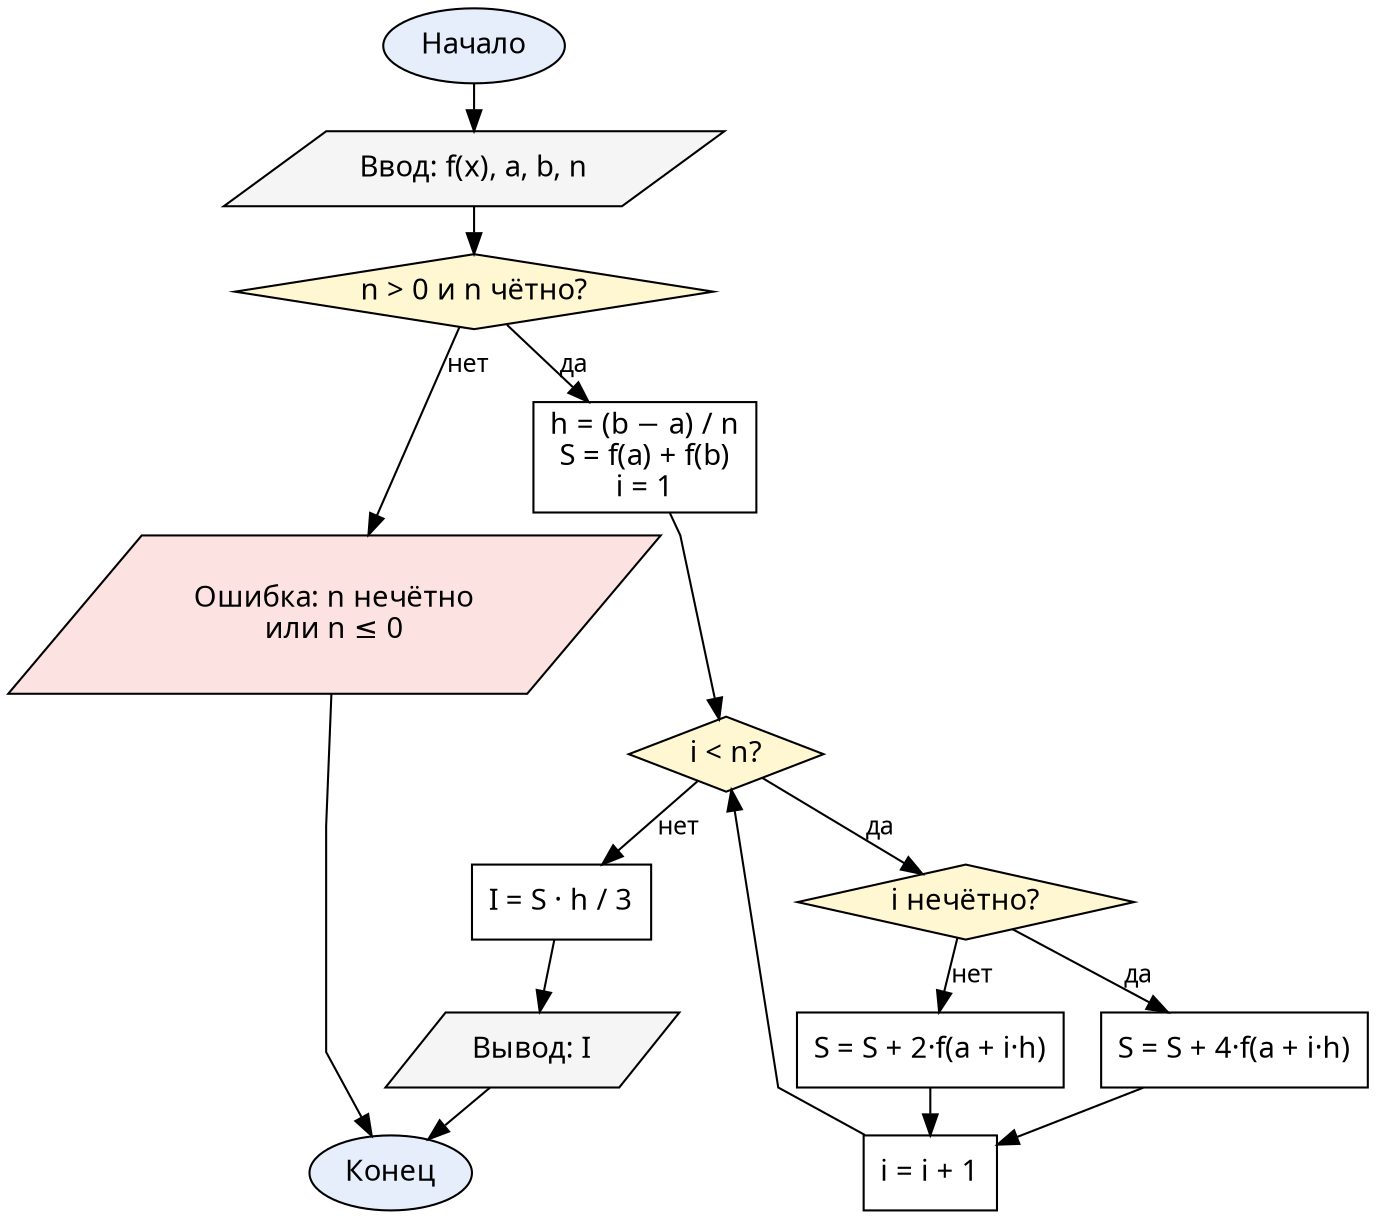
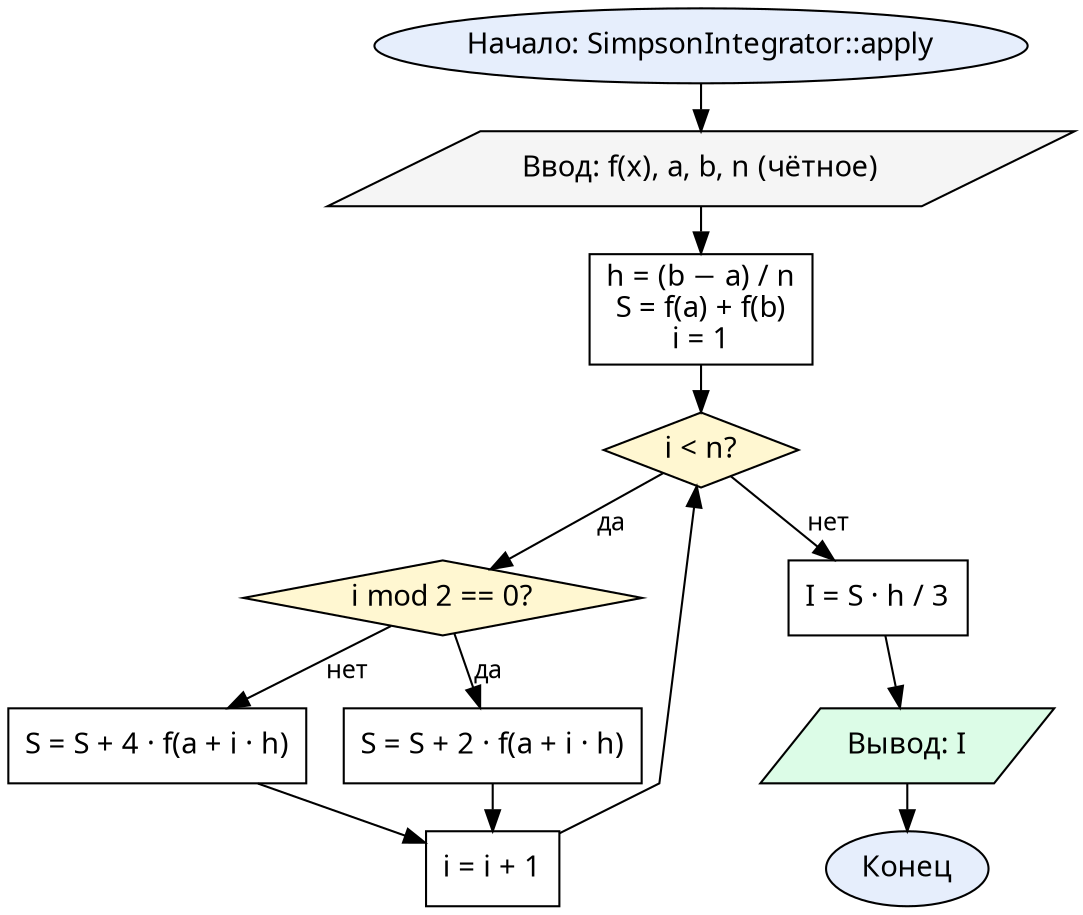
digraph Simpson {
  graph [fontname="CMU Serif", rankdir=TB, nodesep=0.25, ranksep=0.3, splines=polyline]
  node  [fontname="CMU Serif", fontsize=14, style="filled", fillcolor="#ffffff", color="#000000"]
  edge  [fontname="CMU Serif", fontsize=12, color="#000000"]

-   start [label="Начало", shape=oval, fillcolor="#e6eefc"]
-   input [label="Ввод: f(x), a, b, n", shape=parallelogram, fillcolor="#f5f5f5"]
-   chkEven [label=<n &gt; 0 и n чётно?>, shape=diamond, fillcolor="#fff7d1"]
-   err   [label="Ошибка: n нечётно\nили n ≤ 0", shape=parallelogram, fillcolor="#fde2e2"]
-   init  [label=<h = (b − a) / n<BR/>S = f(a) + f(b)<BR/>i = 1>, shape=box]
-   loop  [label=<i &lt; n?>, shape=diamond, fillcolor="#fff7d1"]
-   coef  [label=<i нечётно?>, shape=diamond, fillcolor="#fff7d1"]
-   four  [label=<S = S + 4·f(a + i·h)>, shape=box]
-   two   [label=<S = S + 2·f(a + i·h)>, shape=box]
-   incr  [label=<i = i + 1>, shape=box]
-   mul   [label=<I = S · h / 3>, shape=box]
-   output [label=<Вывод: I>, shape=parallelogram, fillcolor="#f5f5f5"]
-   stop   [label="Конец", shape=oval, fillcolor="#e6eefc"]
+   start   [label="Начало: SimpsonIntegrator::apply", shape=oval, fillcolor="#e6eefc"]
+   input   [label="Ввод: f(x), a, b, n (чётное)", shape=parallelogram, fillcolor="#f5f5f5"]
+   init    [label=<h = (b − a) / n<BR/>S = f(a) + f(b)<BR/>i = 1>, shape=box]
+   loop    [label=<i &lt; n?>, shape=diamond, fillcolor="#fff7d1"]
+   parity  [label=<i mod 2 == 0?>, shape=diamond, fillcolor="#fff7d1"]
+   even    [label=<S = S + 2 · f(a + i · h)>, shape=box]
+   odd     [label=<S = S + 4 · f(a + i · h)>, shape=box]
+   incr    [label=<i = i + 1>, shape=box]
+   mul     [label=<I = S · h / 3>, shape=box]
+   output  [label=<Вывод: I>, shape=parallelogram, fillcolor="#dcfce7"]
+   stop    [label="Конец", shape=oval, fillcolor="#e6eefc"]

-   start -> input -> chkEven
-   chkEven -> err [label="нет"]
-   err -> stop
-   chkEven -> init [label="да"]
-   init -> loop
-   loop -> coef [label="да"]
-   coef -> four [label="да"]
-   coef -> two [label="нет"]
-   four -> incr
-   two -> incr
+   start -> input -> init -> loop
+   loop -> parity [label="да"]
+   parity -> even [label="да"]
+   parity -> odd  [label="нет"]
+   even -> incr
+   odd  -> incr
  incr -> loop
  loop -> mul [label="нет"]
  mul -> output -> stop
}
